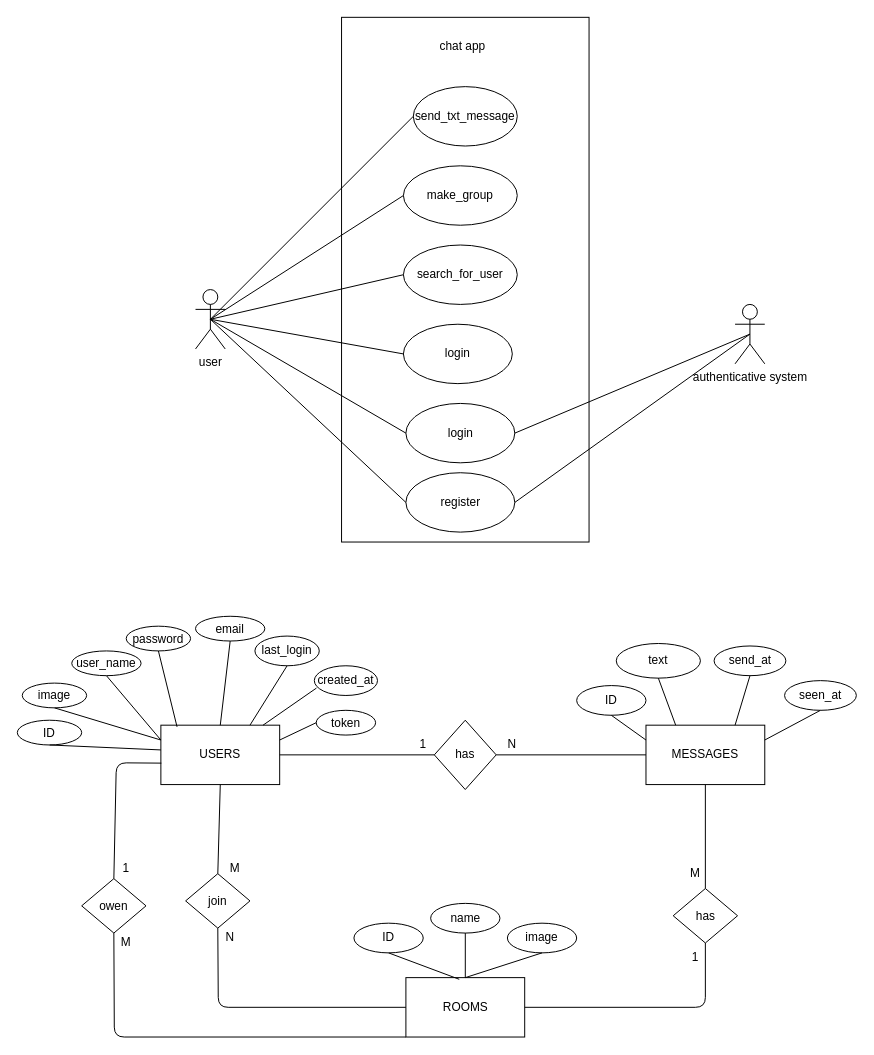
Earlier version of the draw.io diagram app_design.drawio (abdo0070/tChat_API). Source tidied: cells renumbered, new cells numbered last; positions are measured from the earlier drawing's top-left corner, leaving out a move shared by most shapes. Both pictures are drawn from the tidied source at 99%, with x=0, y=0 at pixel (17, 17).
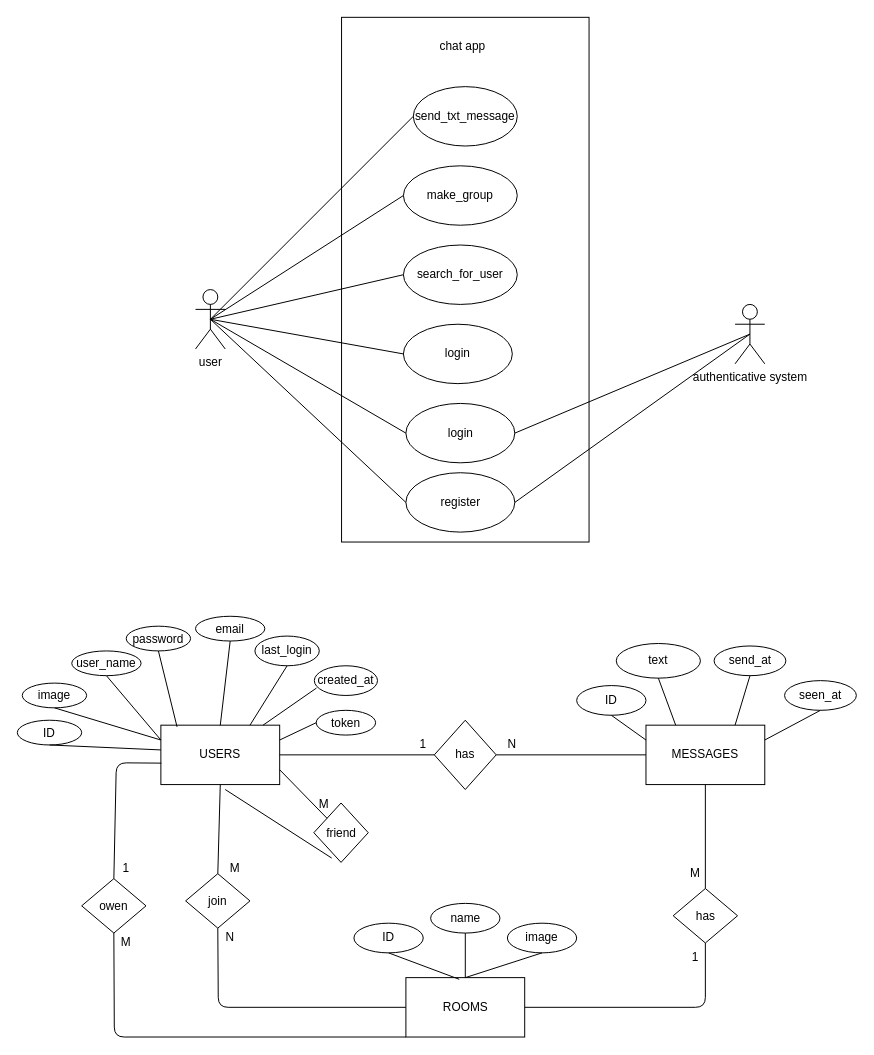
The same diagram, later.

Unchanged cells that the change refers to:
```xml
<mxCell id="20" value="USERS" style="rounded=0;whiteSpace=wrap;html=1;fontFamily=Helvetica;" parent="1" vertex="1">
  <mxGeometry x="145" y="715" width="120" height="60" as="geometry" />
</mxCell>
```

The edit, as a diff of the source:
```diff
@@
+    <mxCell id="73" value="friend" style="rhombus;whiteSpace=wrap;html=1;fontFamily=Helvetica;rotation=0;" parent="1" vertex="1">
+      <mxGeometry x="299.5" y="793.6" width="55" height="60" as="geometry" />
+    </mxCell>
+    <mxCell id="74" style="endArrow=none;html=1;fontFamily=Helvetica;entryX=0.5;entryY=1;entryDx=0;entryDy=0;exitX=0.328;exitY=0.927;exitDx=0;exitDy=0;exitPerimeter=0;" parent="1" edge="1" source="73">
+      <mxGeometry relative="1" as="geometry">
+        <mxPoint x="210" y="780" as="targetPoint" />
+      </mxGeometry>
+    </mxCell>
+    <mxCell id="75" style="endArrow=none;html=1;fontFamily=Helvetica;entryX=1;entryY=0.75;entryDx=0;entryDy=0;" parent="1" edge="1" source="73" target="20">
+      <mxGeometry relative="1" as="geometry" />
+    </mxCell>
+    <mxCell id="76" value="M" style="text;html=1;strokeColor=none;fillColor=none;align=center;verticalAlign=middle;whiteSpace=wrap;rounded=0;fontFamily=Helvetica;" parent="1" vertex="1">
+      <mxGeometry x="280" y="780" width="60" height="30" as="geometry" />
+    </mxCell>
```
